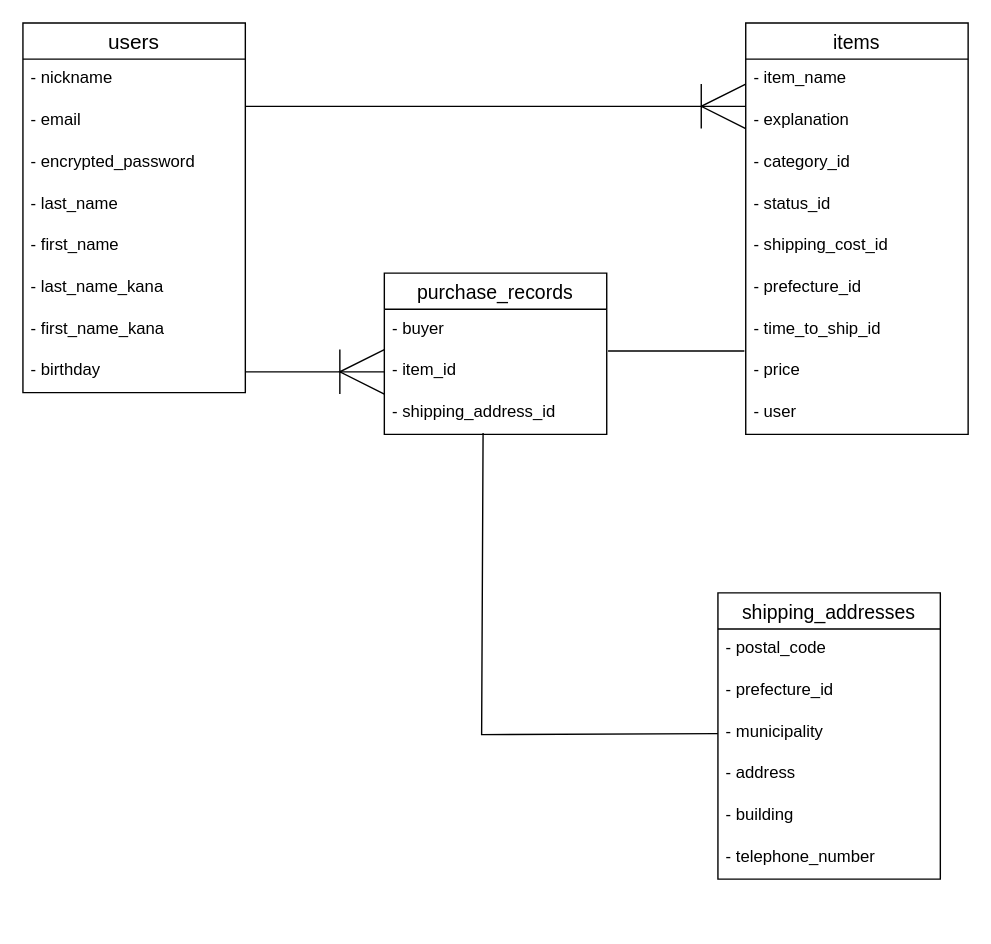
Earlier version of the draw.io diagram er.dio (mocmoc15/furima-36676). Source tidied: cells renumbered, new cells numbered last; positions are measured from the earlier drawing's top-left corner, leaving out a move shared by most shapes. Both pictures are drawn from the tidied source at 139%, with x=0, y=0 at pixel (22, 22).
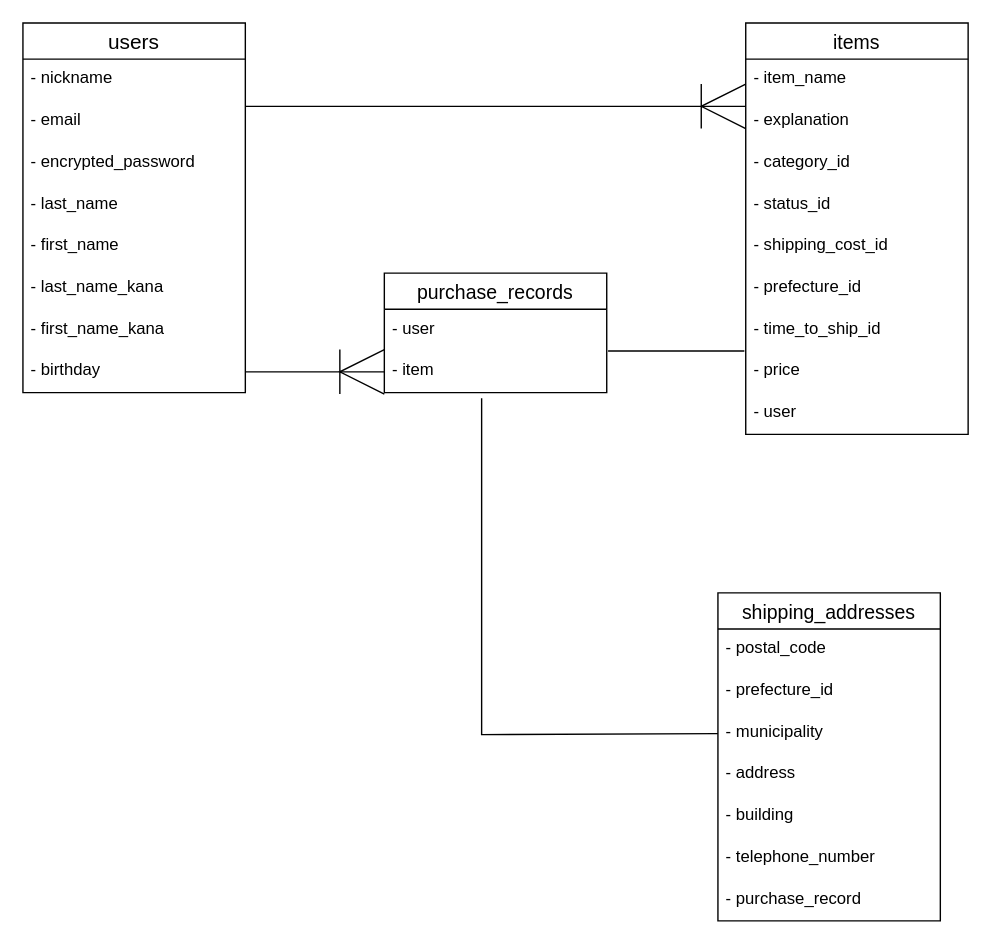
The same page after the edit.

Commit message (it also covers changes not shown here):
データベース設計（修正２回目）

Unchanged cells that the change refers to:
```xml
<mxCell id="24" value="- municipality" style="text;strokeColor=none;fillColor=none;spacingLeft=4;spacingRight=4;overflow=hidden;points=[[0,0.5],[1,0.5]];portConstraint=eastwest;fontSize=12;" parent="21" vertex="1">
  <mxGeometry y="86" width="160" height="30" as="geometry" />
</mxCell>
```

Diff of the diagram source:
```diff
@@
     <mxCell id="21" value="shipping_addresses" style="swimlane;fontStyle=0;horizontal=1;startSize=26;align=center;fontSize=14;" parent="1" vertex="1">
-      <mxGeometry x="500" y="410" width="160" height="206" as="geometry" />
+      <mxGeometry x="500" y="410" width="160" height="236" as="geometry" />
     </mxCell>
@@
+    <mxCell id="36" value="- purchase_record" style="text;strokeColor=none;fillColor=none;spacingLeft=4;spacingRight=4;overflow=hidden;fontSize=12;" parent="21" vertex="1">
+      <mxGeometry y="206" width="160" height="30" as="geometry" />
+    </mxCell>
     <mxCell id="28" value="purchase_records" style="swimlane;fontStyle=0;horizontal=1;startSize=26;align=center;fontSize=14;" parent="1" vertex="1">
-      <mxGeometry x="260" y="180" width="160" height="116" as="geometry" />
+      <mxGeometry x="260" y="180" width="160" height="86" as="geometry" />
     </mxCell>
-    <mxCell id="29" value="- buyer" style="text;strokeColor=none;fillColor=none;spacingLeft=4;spacingRight=4;overflow=hidden;points=[[0,0.5],[1,0.5]];portConstraint=eastwest;fontSize=12;" parent="28" vertex="1">
+    <mxCell id="29" value="- user" style="text;strokeColor=none;fillColor=none;spacingLeft=4;spacingRight=4;overflow=hidden;points=[[0,0.5],[1,0.5]];portConstraint=eastwest;fontSize=12;" parent="28" vertex="1">
       <mxGeometry y="26" width="160" height="30" as="geometry" />
     </mxCell>
-    <mxCell id="30" value="- item_id" style="text;strokeColor=none;fillColor=none;spacingLeft=4;spacingRight=4;overflow=hidden;points=[[0,0.5],[1,0.5]];portConstraint=eastwest;fontSize=12;" parent="28" vertex="1">
+    <mxCell id="30" value="- item" style="text;strokeColor=none;fillColor=none;spacingLeft=4;spacingRight=4;overflow=hidden;points=[[0,0.5],[1,0.5]];portConstraint=eastwest;fontSize=12;" parent="28" vertex="1">
       <mxGeometry y="56" width="160" height="30" as="geometry" />
     </mxCell>
-    <mxCell id="31" value="- shipping_address_id" style="text;strokeColor=none;fillColor=none;spacingLeft=4;spacingRight=4;overflow=hidden;points=[[0,0.5],[1,0.5]];portConstraint=eastwest;fontSize=12;" parent="28" vertex="1">
-      <mxGeometry y="86" width="160" height="30" as="geometry" />
-    </mxCell>
@@
-    <mxCell id="33" style="endArrow=none;html=1;rounded=0;endSize=30;strokeWidth=1;exitX=0.444;exitY=0.967;exitDx=0;exitDy=0;exitPerimeter=0;" parent="1" edge="1" source="31" target="24">
+    <mxCell id="33" style="endArrow=none;html=1;rounded=0;endSize=30;strokeWidth=1;" parent="1" edge="1" target="24">
       <mxGeometry relative="1" as="geometry">
+        <mxPoint x="330" y="270" as="sourcePoint" />
         <Array as="points">
           <mxPoint x="330" y="512" />
         </Array>
       </mxGeometry>
     </mxCell>
```
